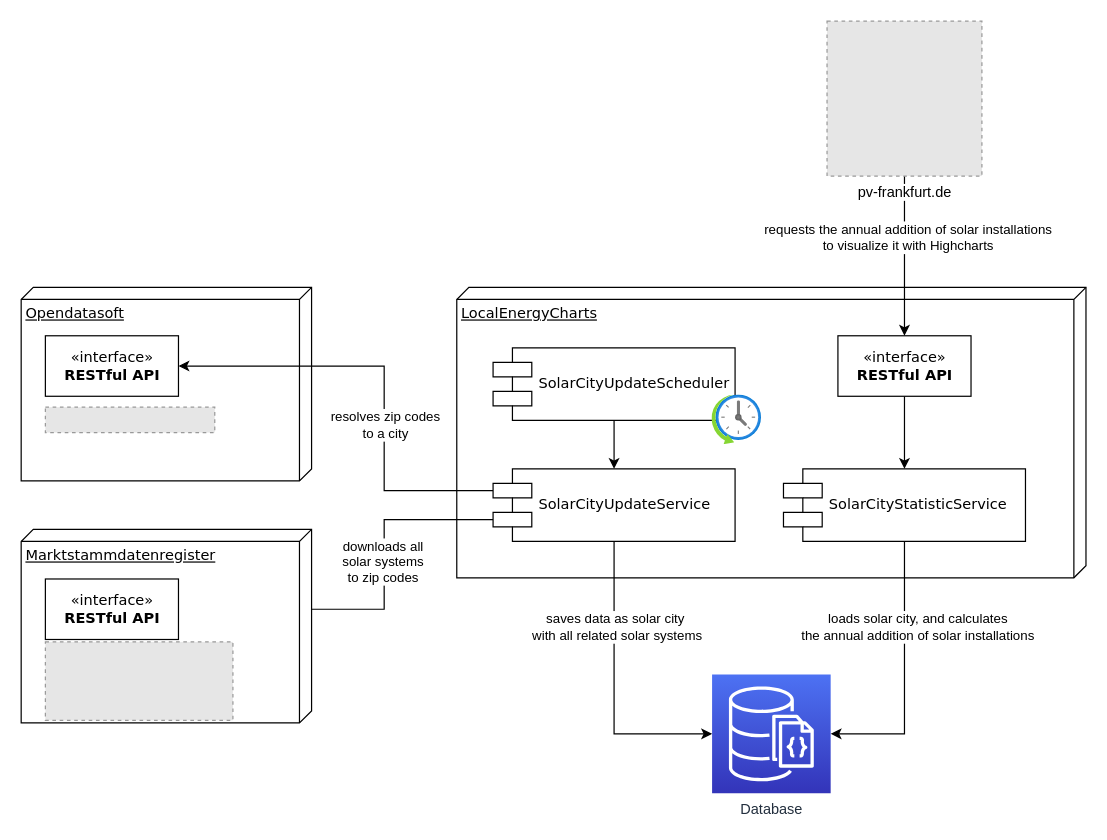
Above: architecture.drawio in snagel86/local-energy-charts (draw.io), before the change. Source tidied: cells renumbered, new cells numbered last; positions are measured from the earlier drawing's top-left corner, leaving out a move shared by most shapes. Both pictures are drawn from the tidied source at 121%, with x=0, y=0 at pixel (21, 21). Pictures stored in the file or linked from it are replaced by grey dashed boxes.
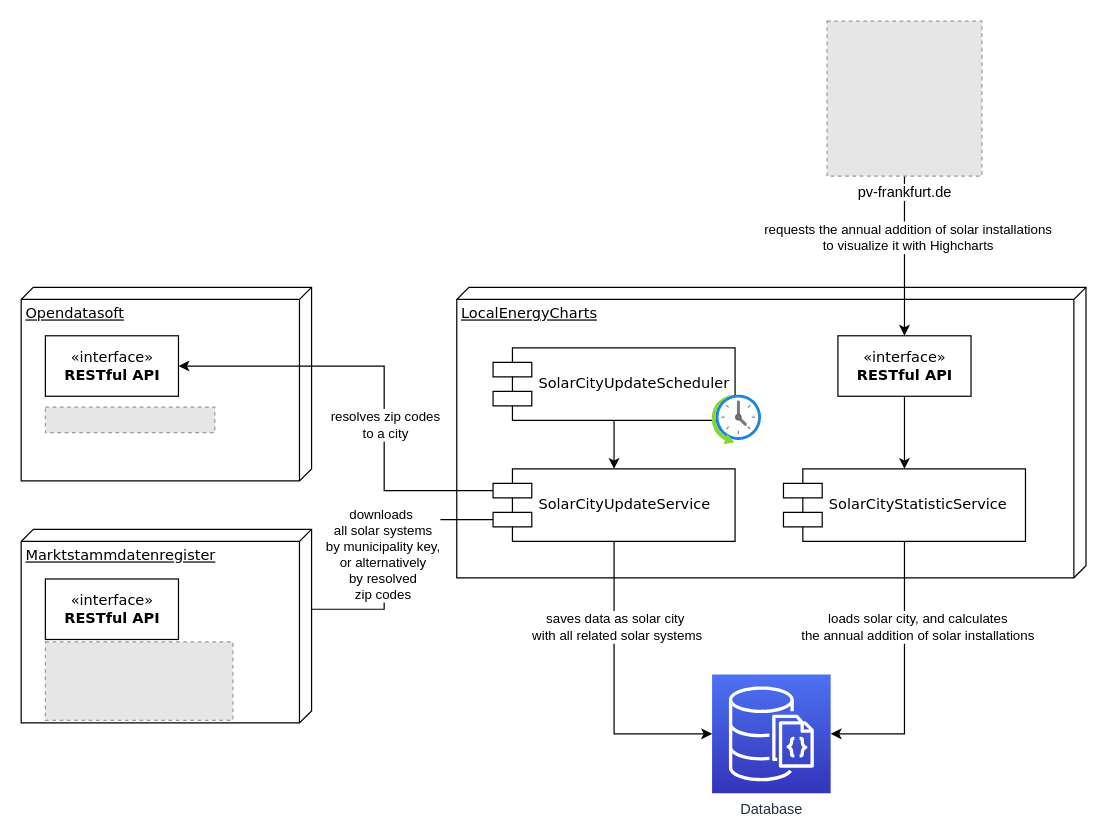
Above is the later version.

Unchanged cells that the change refers to:
```xml
<mxCell id="21" style="edgeStyle=orthogonalEdgeStyle;rounded=0;jettySize=auto;html=1;exitX=0;exitY=0.7;exitDx=0;exitDy=0;entryX=1;entryY=0.5;entryDx=0;entryDy=0;" parent="1" edge="1" source="23" target="25">
  <mxGeometry relative="1" as="geometry">
    <Array as="points">
      <mxPoint x="300" y="412" />
      <mxPoint x="300" y="486" />
    </Array>
  </mxGeometry>
</mxCell>
```

Diff of the diagram source:
```diff
@@
-    <mxCell id="22" value="downloads all &lt;br&gt;solar systems&lt;br&gt;to zip codes" style="edgeLabel;html=1;align=center;verticalAlign=middle;" parent="21" vertex="1">
-      <mxGeometry x="-0.26" y="-2" relative="1" as="geometry" />
+    <mxCell id="22" value="downloads&amp;nbsp;&lt;div&gt;all solar systems&lt;div&gt;by municipality key, &lt;br&gt;or alternatively &lt;br&gt;by resolved &lt;br&gt;zip codes&lt;/div&gt;&lt;/div&gt;" style="edgeLabel;html=1;align=center;verticalAlign=middle;" parent="21" vertex="1">
+      <mxGeometry x="-0.26" y="-2" relative="1" as="geometry">
+        <mxPoint y="-6" as="offset" />
+      </mxGeometry>
     </mxCell>
```
